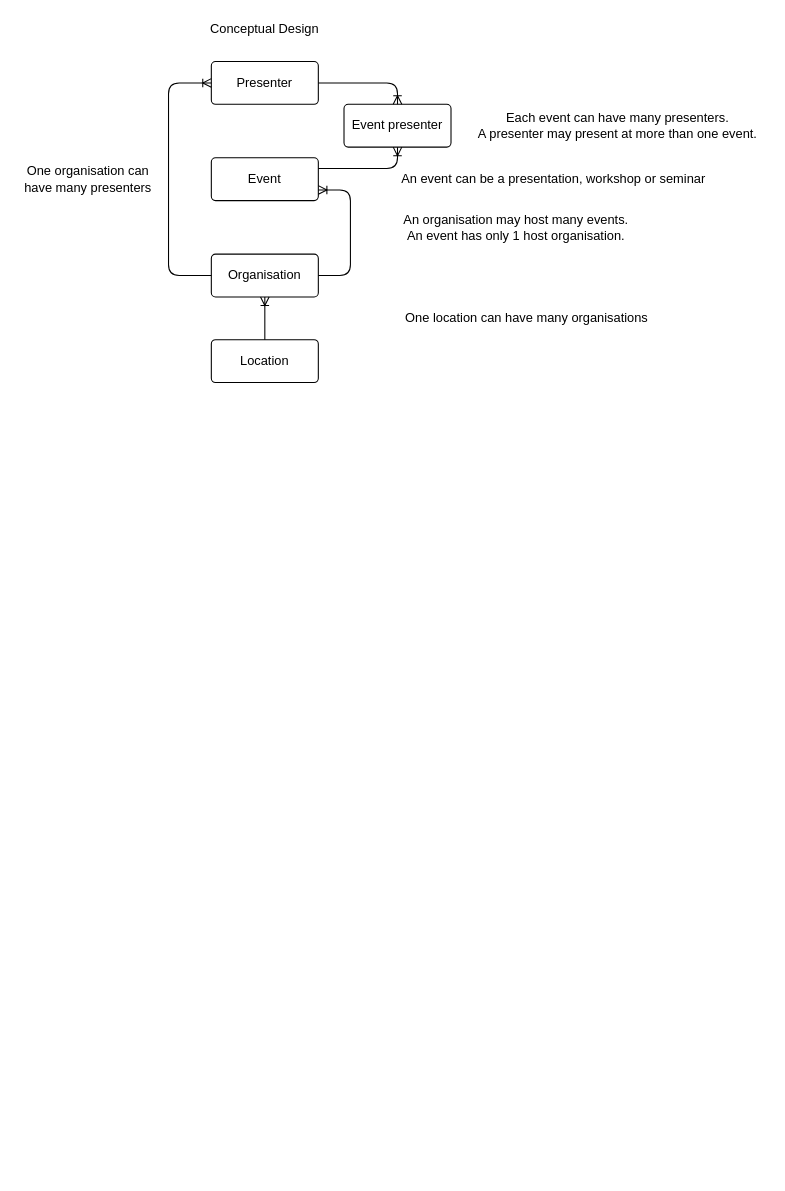
The draw.io diagram persistence/creation/Untitled Diagram.drawio in Mariahutchinson44/COM728, before the edit. Source tidied: cells renumbered, new cells numbered last; positions are measured from the earlier drawing's top-left corner, leaving out a move shared by most shapes. Both pictures are drawn from the tidied source at 107%, with x=0, y=0 at pixel (18, 18).
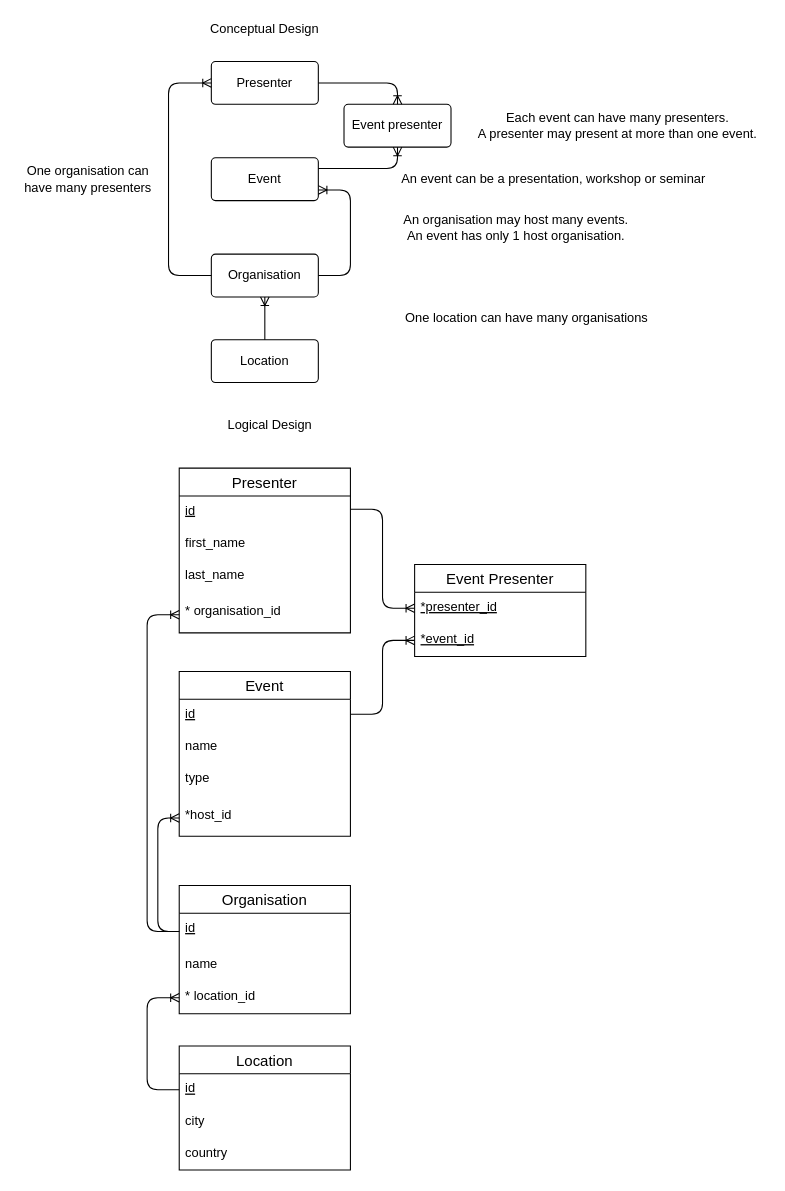
The same diagram, later.

Diff of the diagram source:
```diff
@@
+    <mxCell id="19" value="Logical Design" style="text;html=1;strokeColor=none;fillColor=none;align=center;verticalAlign=middle;whiteSpace=wrap;rounded=0;" parent="1" vertex="1">
+      <mxGeometry x="180" y="370" width="110" height="20" as="geometry" />
+    </mxCell>
+    <mxCell id="20" value="Event" style="swimlane;fontStyle=0;horizontal=1;startSize=26;align=center;fontSize=14;" parent="1" vertex="1">
+      <mxGeometry x="150" y="610" width="160" height="154" as="geometry" />
+    </mxCell>
+    <mxCell id="21" value="id" style="text;strokeColor=none;fillColor=none;spacingLeft=4;spacingRight=4;overflow=hidden;fontSize=12;fontStyle=4;" parent="20" vertex="1">
+      <mxGeometry y="26" width="160" height="30" as="geometry" />
+    </mxCell>
+    <mxCell id="22" value="name" style="text;strokeColor=none;fillColor=none;spacingLeft=4;spacingRight=4;overflow=hidden;fontSize=12;" parent="20" vertex="1">
+      <mxGeometry y="56" width="160" height="30" as="geometry" />
+    </mxCell>
+    <mxCell id="23" value="type" style="text;strokeColor=none;fillColor=none;spacingLeft=4;spacingRight=4;overflow=hidden;fontSize=12;" parent="20" vertex="1">
+      <mxGeometry y="86" width="160" height="34" as="geometry" />
+    </mxCell>
+    <mxCell id="24" value="*host_id" style="text;strokeColor=none;fillColor=none;spacingLeft=4;spacingRight=4;overflow=hidden;points=[[0,0.5],[1,0.5]];portConstraint=eastwest;fontSize=12;" parent="20" vertex="1">
+      <mxGeometry y="120" width="160" height="34" as="geometry" />
+    </mxCell>
+    <mxCell id="25" value="Organisation" style="swimlane;fontStyle=0;horizontal=1;startSize=26;align=center;fontSize=14;" parent="1" vertex="1">
+      <mxGeometry x="150" y="810" width="160" height="120" as="geometry" />
+    </mxCell>
+    <mxCell id="26" value="id" style="text;strokeColor=none;fillColor=none;spacingLeft=4;spacingRight=4;overflow=hidden;points=[[0,0.5],[1,0.5]];portConstraint=eastwest;fontSize=12;fontStyle=4;" parent="25" vertex="1">
+      <mxGeometry y="26" width="160" height="34" as="geometry" />
+    </mxCell>
+    <mxCell id="27" value="name" style="text;strokeColor=none;fillColor=none;spacingLeft=4;spacingRight=4;overflow=hidden;fontSize=12;" parent="25" vertex="1">
+      <mxGeometry y="60" width="160" height="30" as="geometry" />
+    </mxCell>
+    <mxCell id="28" value="* location_id" style="text;strokeColor=none;fillColor=none;spacingLeft=4;spacingRight=4;overflow=hidden;points=[[0,0.5],[1,0.5]];portConstraint=eastwest;fontSize=12;" parent="25" vertex="1">
+      <mxGeometry y="90" width="160" height="30" as="geometry" />
+    </mxCell>
+    <mxCell id="29" value="Location" style="swimlane;fontStyle=0;horizontal=1;startSize=26;align=center;fontSize=14;" parent="1" vertex="1">
+      <mxGeometry x="150" y="960" width="160" height="116" as="geometry" />
+    </mxCell>
+    <mxCell id="30" value="id" style="text;strokeColor=none;fillColor=none;spacingLeft=4;spacingRight=4;overflow=hidden;points=[[0,0.5],[1,0.5]];portConstraint=eastwest;fontSize=12;fontStyle=4;" parent="29" vertex="1">
+      <mxGeometry y="26" width="160" height="30" as="geometry" />
+    </mxCell>
+    <mxCell id="31" value="city" style="text;strokeColor=none;fillColor=none;spacingLeft=4;spacingRight=4;overflow=hidden;fontSize=12;" parent="29" vertex="1">
+      <mxGeometry y="56" width="160" height="30" as="geometry" />
+    </mxCell>
+    <mxCell id="32" value="country" style="text;strokeColor=none;fillColor=none;spacingLeft=4;spacingRight=4;overflow=hidden;fontSize=12;" parent="29" vertex="1">
+      <mxGeometry y="86" width="160" height="30" as="geometry" />
+    </mxCell>
+    <mxCell id="33" value="Presenter" style="swimlane;fontStyle=0;horizontal=1;startSize=26;align=center;fontSize=14;" parent="1" vertex="1">
+      <mxGeometry x="150" y="420" width="160" height="154" as="geometry" />
+    </mxCell>
+    <mxCell id="34" value="id" style="text;strokeColor=none;fillColor=none;spacingLeft=4;spacingRight=4;overflow=hidden;fontSize=12;fontStyle=4;" parent="33" vertex="1">
+      <mxGeometry y="26" width="160" height="30" as="geometry" />
+    </mxCell>
+    <mxCell id="35" value="first_name" style="text;strokeColor=none;fillColor=none;spacingLeft=4;spacingRight=4;overflow=hidden;fontSize=12;" parent="33" vertex="1">
+      <mxGeometry y="56" width="160" height="30" as="geometry" />
+    </mxCell>
+    <mxCell id="36" value="last_name" style="text;strokeColor=none;fillColor=none;spacingLeft=4;spacingRight=4;overflow=hidden;fontSize=12;" parent="33" vertex="1">
+      <mxGeometry y="86" width="160" height="34" as="geometry" />
+    </mxCell>
+    <mxCell id="37" value="* organisation_id" style="text;strokeColor=none;fillColor=none;spacingLeft=4;spacingRight=4;overflow=hidden;points=[[0,0.5],[1,0.5]];portConstraint=eastwest;fontSize=12;" parent="33" vertex="1">
+      <mxGeometry y="120" width="160" height="34" as="geometry" />
+    </mxCell>
+    <mxCell id="38" value="Event Presenter" style="swimlane;fontStyle=0;horizontal=1;startSize=26;align=center;fontSize=14;" parent="1" vertex="1">
+      <mxGeometry x="370" y="510" width="160" height="86" as="geometry" />
+    </mxCell>
+    <mxCell id="39" value="*presenter_id" style="text;strokeColor=none;fillColor=none;spacingLeft=4;spacingRight=4;overflow=hidden;points=[[0,0.5],[1,0.5]];portConstraint=eastwest;fontSize=12;fontStyle=4;" parent="38" vertex="1">
+      <mxGeometry y="26" width="160" height="30" as="geometry" />
+    </mxCell>
+    <mxCell id="40" value="*event_id" style="text;strokeColor=none;fillColor=none;spacingLeft=4;spacingRight=4;overflow=hidden;points=[[0,0.5],[1,0.5]];portConstraint=eastwest;fontSize=12;fontStyle=4;" parent="38" vertex="1">
+      <mxGeometry y="56" width="160" height="30" as="geometry" />
+    </mxCell>
+    <mxCell id="41" style="edgeStyle=orthogonalEdgeStyle;fontSize=12;html=1;endArrow=ERoneToMany;strokeColor=#000000;exitX=0;exitY=0.5;exitDx=0;exitDy=0;entryX=0;entryY=0.5;entryDx=0;entryDy=0;" parent="1" edge="1" source="26" target="37">
+      <mxGeometry relative="1" as="geometry">
+        <Array as="points">
+          <mxPoint x="120" y="853" />
+          <mxPoint x="120" y="557" />
+        </Array>
+      </mxGeometry>
+    </mxCell>
+    <mxCell id="42" style="edgeStyle=orthogonalEdgeStyle;fontSize=12;html=1;endArrow=ERoneToMany;strokeColor=#000000;exitX=0;exitY=0.5;exitDx=0;exitDy=0;entryX=0;entryY=0.5;entryDx=0;entryDy=0;" parent="1" edge="1" source="30" target="28">
+      <mxGeometry relative="1" as="geometry">
+        <Array as="points">
+          <mxPoint x="120" y="1001" />
+          <mxPoint x="120" y="915" />
+        </Array>
+      </mxGeometry>
+    </mxCell>
+    <mxCell id="43" style="edgeStyle=orthogonalEdgeStyle;fontSize=12;html=1;endArrow=ERoneToMany;strokeColor=#000000;entryX=0;entryY=0.5;entryDx=0;entryDy=0;exitX=0;exitY=0.5;exitDx=0;exitDy=0;" parent="1" edge="1" source="26" target="24">
+      <mxGeometry relative="1" as="geometry">
+        <Array as="points">
+          <mxPoint x="130" y="853" />
+          <mxPoint x="130" y="747" />
+        </Array>
+      </mxGeometry>
+    </mxCell>
+    <mxCell id="44" style="edgeStyle=orthogonalEdgeStyle;fontSize=12;html=1;endArrow=ERoneToMany;strokeColor=#000000;entryX=0;entryY=0.5;entryDx=0;entryDy=0;" parent="1" edge="1" target="40">
+      <mxGeometry relative="1" as="geometry">
+        <mxPoint x="310" y="650" as="sourcePoint" />
+        <Array as="points">
+          <mxPoint x="340" y="650" />
+          <mxPoint x="340" y="581" />
+        </Array>
+      </mxGeometry>
+    </mxCell>
+    <mxCell id="45" style="edgeStyle=entityRelationEdgeStyle;fontSize=12;html=1;endArrow=ERoneToMany;strokeColor=#000000;exitX=1;exitY=0.25;exitDx=0;exitDy=0;entryX=0;entryY=0.5;entryDx=0;entryDy=0;" parent="1" edge="1" source="33" target="39">
+      <mxGeometry relative="1" as="geometry" />
+    </mxCell>
```
